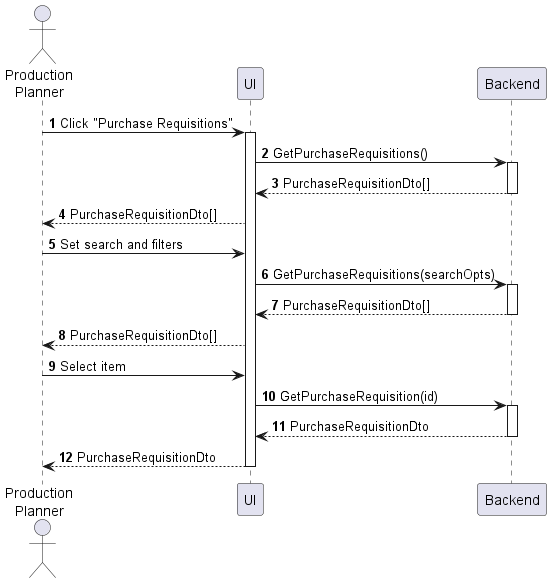
Above: sequences/purchase-requisition-view.png in phihungha/scmss-reqs (PlantUML), before the change.
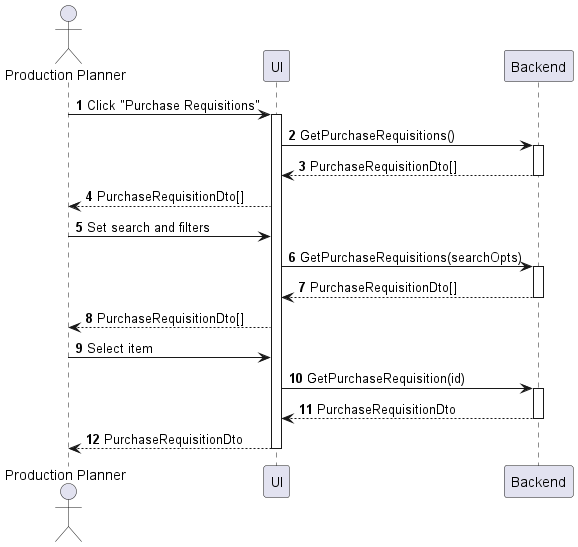
The same diagram one commit later.

Commit message:
Add missing production and sales sequences

Change to the diagram source:
```diff
@@ -1,7 +1,7 @@
 @startuml purchase-requisition-view
 autonumber
 
-actor "Production\nPlanner" as a
+actor "Production Planner" as a
 participant UI as f
 participant Backend as b
 
```
